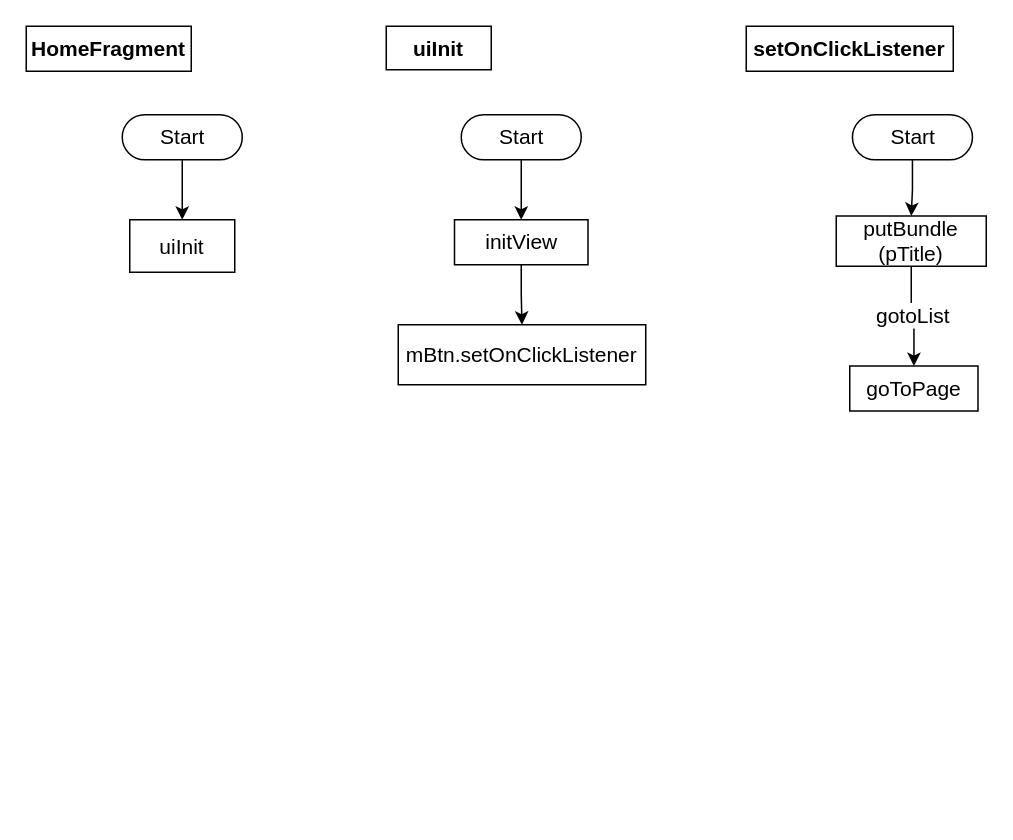
Above: page "HomeFragment" (5 of 9) of 一般流程.drawio in ccckyc/draw (draw.io), before the change. Source tidied: cells renumbered, new cells numbered last; positions are measured from the earlier drawing's top-left corner, leaving out a move shared by most shapes. Both pictures are drawn from the tidied source at 150%, with x=0, y=0 at pixel (26, 26).
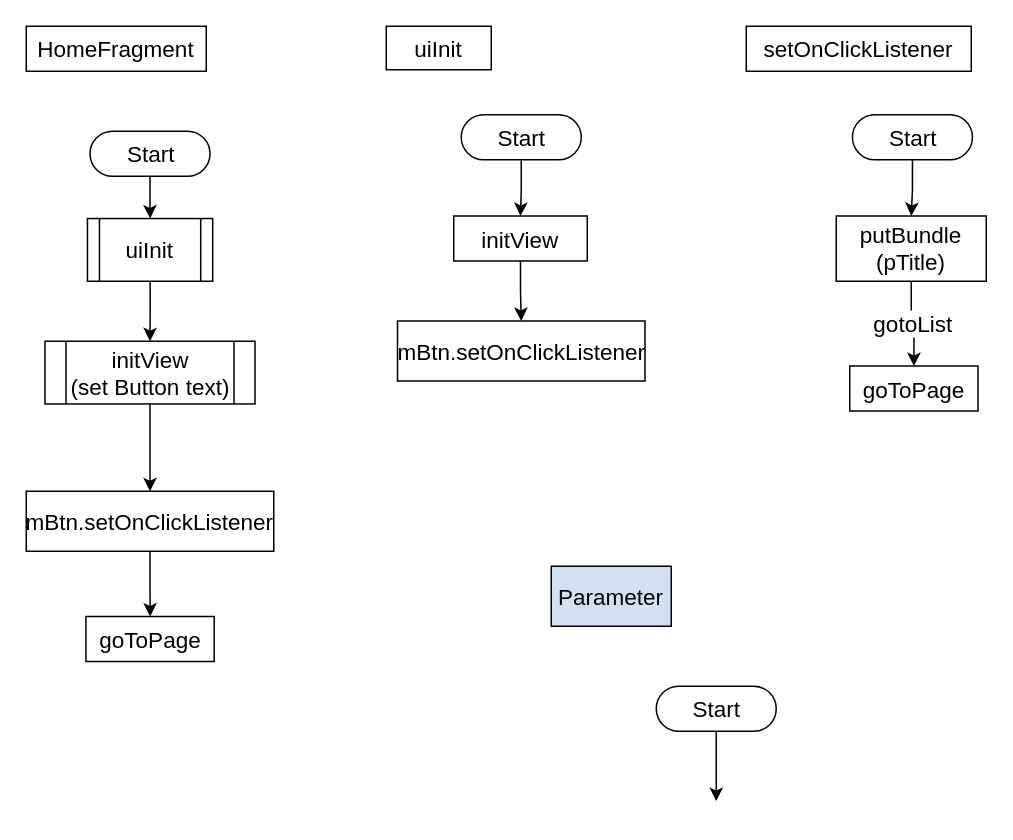
The same diagram, later.

The edit, as a diff of the source:
```diff
@@
-    <mxCell id="2" value="HomeFragment" style="whiteSpace=wrap;html=1;dashed=0;fontStyle=1;fontSize=14;" parent="1" vertex="1">
-      <mxGeometry width="110" height="30" as="geometry" />
+    <mxCell id="2" value="HomeFragment" style="whiteSpace=wrap;html=1;dashed=0;fontStyle=0;fontSize=15;fontFamily=Helvetica;" parent="1" vertex="1">
+      <mxGeometry width="120" height="30" as="geometry" />
     </mxCell>
-    <mxCell id="3" style="edgeStyle=orthogonalEdgeStyle;rounded=0;jettySize=auto;html=1;fontSize=14;" parent="1" edge="1" source="4" target="5">
-      <mxGeometry relative="1" as="geometry" />
-    </mxCell>
-    <mxCell id="4" value="Start" style="html=1;dashed=0;whitespace=wrap;shape=mxgraph.dfd.start;fontStyle=0;fontSize=14;" parent="1" vertex="1">
-      <mxGeometry x="64" y="59" width="80" height="30" as="geometry" />
-    </mxCell>
-    <mxCell id="5" value="uiInit" style="whiteSpace=wrap;html=1;fontSize=14;dashed=0;fontStyle=0;" parent="1" vertex="1">
-      <mxGeometry x="69" y="129" width="70" height="35" as="geometry" />
-    </mxCell>
-    <mxCell id="6" style="edgeStyle=orthogonalEdgeStyle;rounded=0;jettySize=auto;html=1;fontSize=14;" parent="1" edge="1" source="7" target="10">
+    <mxCell id="6" style="edgeStyle=orthogonalEdgeStyle;rounded=0;jettySize=auto;html=1;fontSize=15;fontFamily=Helvetica;fontStyle=0;" parent="1" edge="1" source="7" target="10">
       <mxGeometry relative="1" as="geometry" />
     </mxCell>
-    <mxCell id="7" value="Start" style="html=1;dashed=0;whitespace=wrap;shape=mxgraph.dfd.start;fontStyle=0;fontSize=14;" parent="1" vertex="1">
+    <mxCell id="7" value="Start" style="html=1;dashed=0;whitespace=wrap;shape=mxgraph.dfd.start;fontStyle=0;fontSize=15;fontFamily=Helvetica;" parent="1" vertex="1">
       <mxGeometry x="550.8" y="59" width="80" height="30" as="geometry" />
     </mxCell>
-    <mxCell id="8" value="setOnClickListener" style="whiteSpace=wrap;html=1;dashed=0;fontStyle=1;fontSize=14;" parent="1" vertex="1">
-      <mxGeometry x="480" width="138" height="30" as="geometry" />
+    <mxCell id="8" value="setOnClickListener" style="whiteSpace=wrap;html=1;dashed=0;fontStyle=0;fontSize=15;fontFamily=Helvetica;" parent="1" vertex="1">
+      <mxGeometry x="480" width="150" height="30" as="geometry" />
     </mxCell>
-    <mxCell id="9" value="gotoList" style="edgeStyle=orthogonalEdgeStyle;rounded=0;jettySize=auto;html=1;fontSize=14;" parent="1" edge="1" source="10" target="11">
+    <mxCell id="9" value="gotoList" style="edgeStyle=orthogonalEdgeStyle;rounded=0;jettySize=auto;html=1;fontSize=15;fontFamily=Helvetica;fontStyle=0;" parent="1" edge="1" source="10" target="11">
       <mxGeometry relative="1" as="geometry" />
     </mxCell>
-    <mxCell id="10" value="putBundle&lt;br&gt;(pTitle)" style="whiteSpace=wrap;html=1;fontSize=14;dashed=0;fontStyle=0;" parent="1" vertex="1">
-      <mxGeometry x="540" y="126.5" width="100" height="33.5" as="geometry" />
+    <mxCell id="10" value="putBundle&lt;br style=&quot;font-size: 15px;&quot;&gt;(pTitle)" style="whiteSpace=wrap;html=1;fontSize=15;dashed=0;fontStyle=0;fontFamily=Helvetica;" parent="1" vertex="1">
+      <mxGeometry x="540" y="126.5" width="100" height="43.5" as="geometry" />
     </mxCell>
-    <mxCell id="11" value="goToPage" style="whiteSpace=wrap;html=1;fontSize=14;dashed=0;fontStyle=0;" parent="1" vertex="1">
+    <mxCell id="11" value="goToPage&lt;br&gt;" style="whiteSpace=wrap;html=1;fontSize=15;dashed=0;fontStyle=0;fontFamily=Helvetica;" parent="1" vertex="1">
       <mxGeometry x="549" y="226.5" width="85.5" height="30" as="geometry" />
     </mxCell>
-    <mxCell id="12" value="uiInit" style="whiteSpace=wrap;html=1;fontSize=14;dashed=0;fontStyle=1;" parent="1" vertex="1">
+    <mxCell id="12" value="uiInit" style="whiteSpace=wrap;html=1;fontSize=15;dashed=0;fontStyle=0;fontFamily=Helvetica;" parent="1" vertex="1">
       <mxGeometry x="240" width="70" height="29" as="geometry" />
     </mxCell>
-    <mxCell id="13" style="edgeStyle=orthogonalEdgeStyle;rounded=0;jettySize=auto;html=1;fontSize=14;" parent="1" edge="1" source="14" target="17">
+    <mxCell id="13" style="edgeStyle=orthogonalEdgeStyle;rounded=0;jettySize=auto;html=1;fontSize=15;fontFamily=Helvetica;fontStyle=0;" parent="1" edge="1" source="14" target="17">
       <mxGeometry relative="1" as="geometry" />
     </mxCell>
-    <mxCell id="14" value="Start" style="html=1;dashed=0;whitespace=wrap;shape=mxgraph.dfd.start;fontStyle=0;fontSize=14;" parent="1" vertex="1">
+    <mxCell id="14" value="Start" style="html=1;dashed=0;whitespace=wrap;shape=mxgraph.dfd.start;fontStyle=0;fontSize=15;fontFamily=Helvetica;" parent="1" vertex="1">
       <mxGeometry x="290" y="59" width="80" height="30" as="geometry" />
     </mxCell>
-    <mxCell id="15" style="edgeStyle=orthogonalEdgeStyle;rounded=0;jettySize=auto;html=1;exitX=0.5;exitY=1;exitDx=0;exitDy=0;fontSize=14;" parent="1" edge="1" source="17" target="16">
+    <mxCell id="15" style="edgeStyle=orthogonalEdgeStyle;rounded=0;jettySize=auto;html=1;exitX=0.5;exitY=1;exitDx=0;exitDy=0;fontSize=15;fontFamily=Helvetica;fontStyle=0;" parent="1" edge="1" source="17" target="16">
       <mxGeometry relative="1" as="geometry" />
     </mxCell>
-    <mxCell id="16" value="mBtn.setOnClickListener" style="whiteSpace=wrap;html=1;fontSize=14;dashed=0;fontStyle=0;" parent="1" vertex="1">
-      <mxGeometry x="248" y="199" width="165" height="40" as="geometry" />
+    <mxCell id="16" value="mBtn.setOnClickListener" style="whiteSpace=wrap;html=1;fontSize=15;dashed=0;fontStyle=0;fontFamily=Helvetica;" parent="1" vertex="1">
+      <mxGeometry x="247.5" y="196.5" width="165" height="40" as="geometry" />
     </mxCell>
-    <mxCell id="17" value="initView" style="whiteSpace=wrap;html=1;fontSize=14;dashed=0;fontStyle=0;" parent="1" vertex="1">
-      <mxGeometry x="285.5" y="129" width="89" height="30" as="geometry" />
+    <mxCell id="17" value="initView" style="whiteSpace=wrap;html=1;fontSize=15;dashed=0;fontStyle=0;fontFamily=Helvetica;" parent="1" vertex="1">
+      <mxGeometry x="285" y="126.5" width="89" height="30" as="geometry" />
     </mxCell>
+    <mxCell id="18" style="edgeStyle=orthogonalEdgeStyle;rounded=0;jettySize=auto;html=1;fontSize=15;fontFamily=Helvetica;fontStyle=0;" parent="1" edge="1" source="19" target="5">
+      <mxGeometry relative="1" as="geometry" />
+    </mxCell>
+    <mxCell id="19" value="Start" style="html=1;dashed=0;whitespace=wrap;shape=mxgraph.dfd.start;fontStyle=0;fontSize=15;fontFamily=Helvetica;" parent="1" vertex="1">
+      <mxGeometry x="42.5" y="70" width="80" height="30" as="geometry" />
+    </mxCell>
+    <mxCell id="20" style="edgeStyle=orthogonalEdgeStyle;rounded=0;jettySize=auto;html=1;labelBackgroundColor=#FFFFFF;labelBorderColor=none;fontFamily=Helvetica;fontSize=15;fontColor=#000000;strokeColor=#000000;strokeWidth=1;entryX=0.5;entryY=0;entryDx=0;entryDy=0;" parent="1" edge="1" source="5" target="28">
+      <mxGeometry relative="1" as="geometry" />
+    </mxCell>
+    <mxCell id="21" style="edgeStyle=orthogonalEdgeStyle;rounded=0;jettySize=auto;html=1;labelBackgroundColor=#FFFFFF;labelBorderColor=none;fontFamily=Helvetica;fontSize=15;fontColor=#000000;strokeColor=#000000;strokeWidth=1;exitX=0.5;exitY=1;exitDx=0;exitDy=0;" parent="1" edge="1" source="28" target="23">
+      <mxGeometry relative="1" as="geometry" />
+    </mxCell>
+    <mxCell id="22" style="edgeStyle=orthogonalEdgeStyle;rounded=0;jettySize=auto;html=1;labelBackgroundColor=#FFFFFF;labelBorderColor=none;fontFamily=Helvetica;fontSize=15;fontColor=#000000;strokeColor=#000000;strokeWidth=1;" parent="1" edge="1" source="23" target="24">
+      <mxGeometry relative="1" as="geometry" />
+    </mxCell>
+    <mxCell id="23" value="mBtn.setOnClickListener" style="whiteSpace=wrap;html=1;fontSize=15;dashed=0;fontStyle=0;fontFamily=Helvetica;" parent="1" vertex="1">
+      <mxGeometry y="310" width="165" height="40" as="geometry" />
+    </mxCell>
+    <mxCell id="24" value="goToPage&lt;br&gt;" style="whiteSpace=wrap;html=1;fontSize=15;dashed=0;fontStyle=0;fontFamily=Helvetica;" parent="1" vertex="1">
+      <mxGeometry x="39.8" y="393.5" width="85.5" height="30" as="geometry" />
+    </mxCell>
+    <mxCell id="25" value="Parameter" style="whiteSpace=wrap;html=1;fontSize=15;dashed=0;fontStyle=0;fontFamily=Helvetica;fillColor=#D4E1F5;" parent="1" vertex="1">
+      <mxGeometry x="350" y="360" width="80" height="40" as="geometry" />
+    </mxCell>
+    <mxCell id="26" style="edgeStyle=orthogonalEdgeStyle;rounded=0;jettySize=auto;html=1;fontSize=15;fontFamily=Helvetica;fontStyle=0;" parent="1" edge="1" source="27">
+      <mxGeometry relative="1" as="geometry">
+        <mxPoint x="460" y="516.5" as="targetPoint" />
+      </mxGeometry>
+    </mxCell>
+    <mxCell id="27" value="Start" style="html=1;dashed=0;whitespace=wrap;shape=mxgraph.dfd.start;fontStyle=0;fontSize=15;fontFamily=Helvetica;" parent="1" vertex="1">
+      <mxGeometry x="420" y="440" width="80" height="30" as="geometry" />
+    </mxCell>
+    <mxCell id="5" value="&lt;span&gt;uiInit&lt;/span&gt;" style="shape=process;whiteSpace=wrap;html=1;backgroundOutline=1;labelBackgroundColor=none;labelBorderColor=none;fontFamily=Helvetica;fontSize=15;fontColor=#000000;strokeWidth=1;fillColor=#FFFFFF;gradientColor=none;" parent="1" vertex="1">
+      <mxGeometry x="40.8" y="128.2" width="83.5" height="41.8" as="geometry" />
+    </mxCell>
+    <mxCell id="28" value="initView&lt;br&gt;(set Button text)" style="shape=process;whiteSpace=wrap;html=1;backgroundOutline=1;labelBackgroundColor=none;labelBorderColor=none;fontFamily=Helvetica;fontSize=15;fontColor=#000000;strokeWidth=1;fillColor=#FFFFFF;gradientColor=none;" parent="1" vertex="1">
+      <mxGeometry x="12.5" y="210" width="140" height="41.8" as="geometry" />
+    </mxCell>
```
